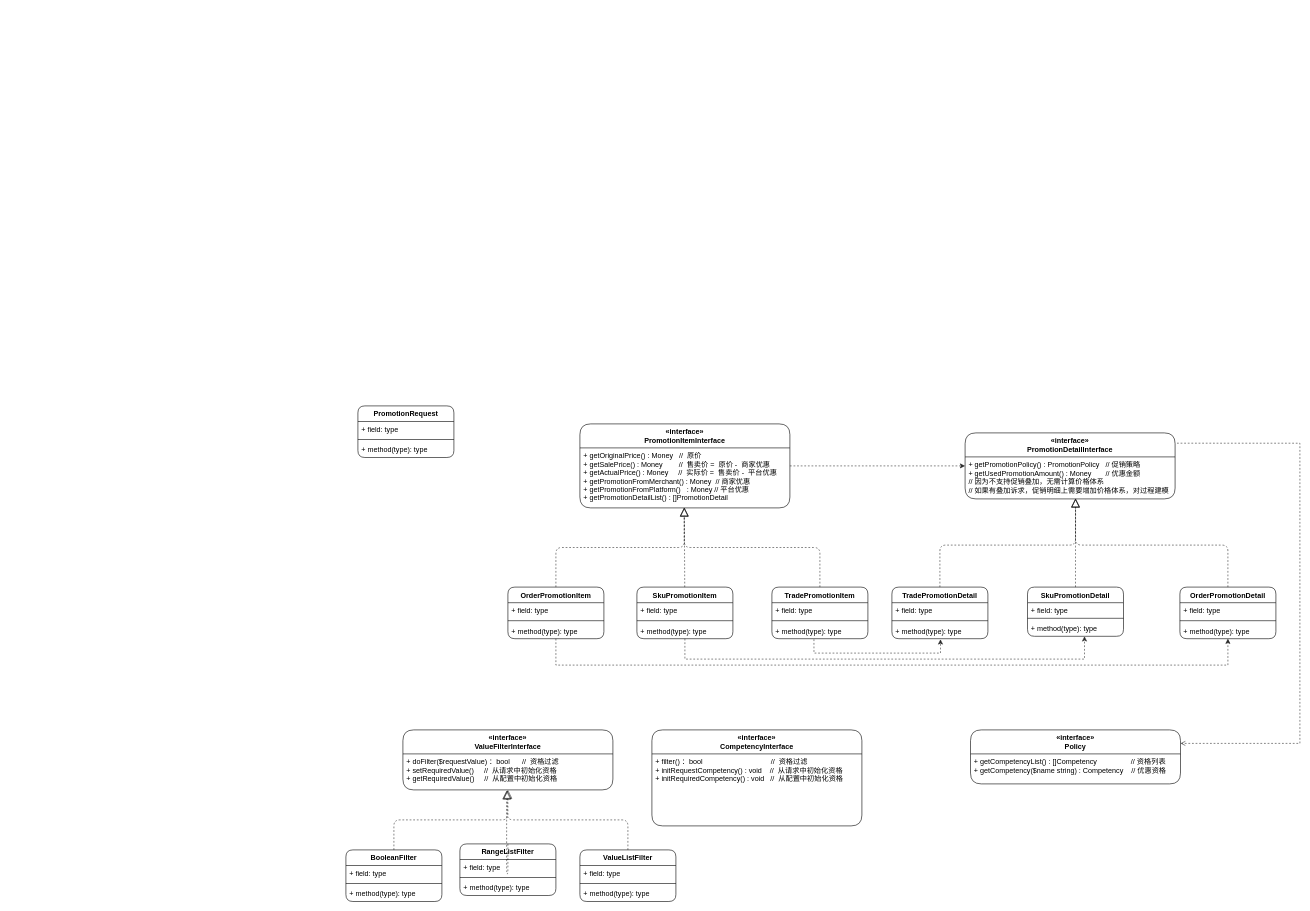
Earlier version of the draw.io diagram page "促销中心uml" (15 of 16) of 业务系统架构.drawio (NonePro/UML). Source tidied: cells renumbered, new cells numbered last; positions are measured from the earlier drawing's top-left corner, leaving out a move shared by most shapes. Both pictures are drawn from the tidied source at 60%, with x=0, y=0 at pixel (346, 406).
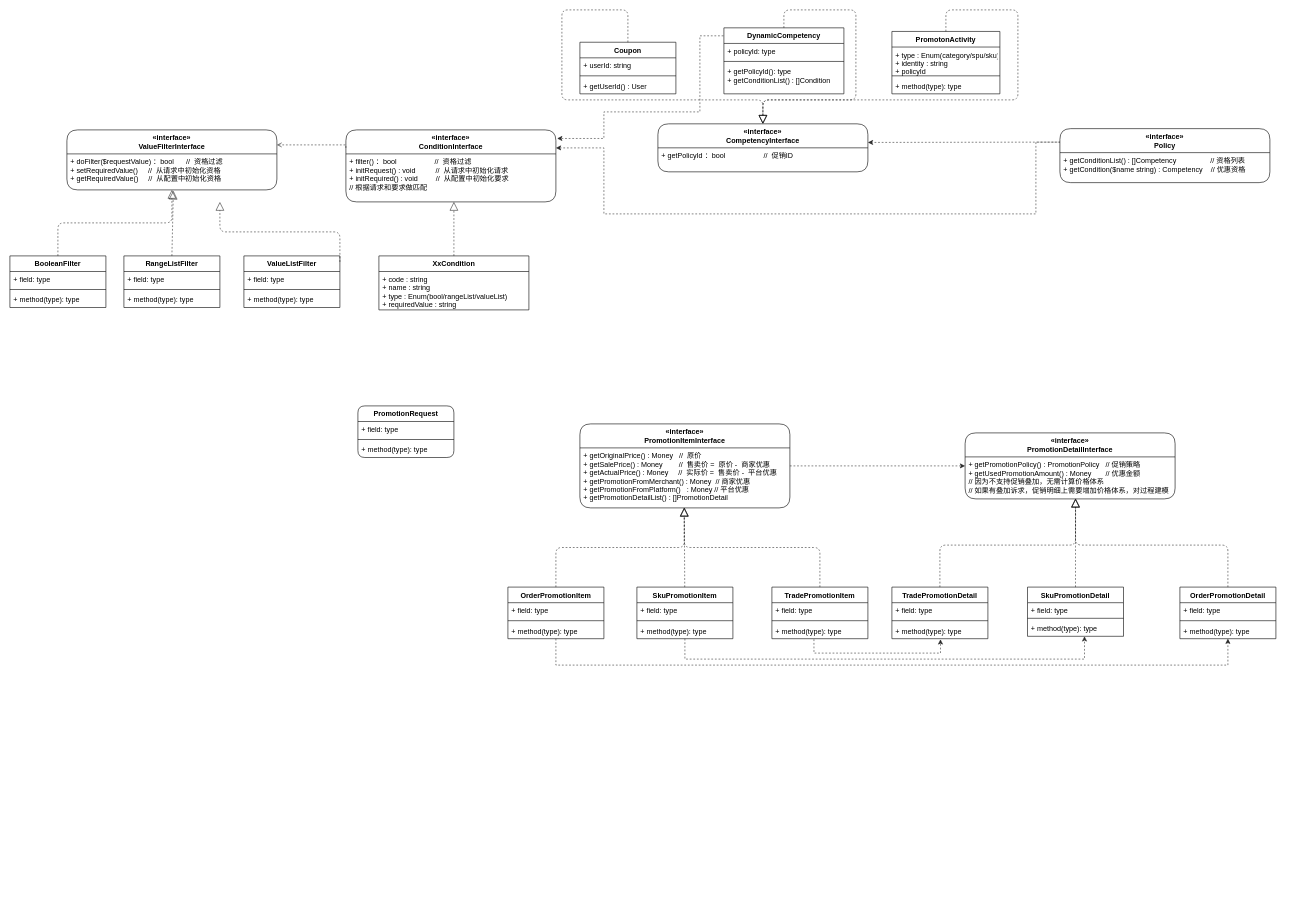
After the change.

Commit message (it also covers changes not shown here):
Update 业务系统架构.drawio

The change refers to these unchanged cells:
```xml
<mxCell id="39" value="«interface»&#10;PromotionDetailInterface" style="swimlane;fontStyle=1;align=center;verticalAlign=top;horizontal=1;startSize=40;rounded=1;shadow=0;strokeColor=#000000;fillColor=none;" parent="1" vertex="1">
  <mxGeometry x="1032" y="45" width="350" height="110" as="geometry" />
</mxCell>
```

What changed in the source:
```diff
@@
-    <mxCell id="16" value="SkuPromotionItem" style="swimlane;fontStyle=1;align=center;verticalAlign=top;horizontal=1;startSize=26;rounded=1;shadow=0;strokeColor=#000000;fillColor=none;" parent="1" vertex="1">
+    <mxCell id="16" value="SkuPromotionItem" style="swimlane;fontStyle=1;align=center;verticalAlign=top;horizontal=1;startSize=26;rounded=0;shadow=0;strokeColor=#000000;fillColor=none;" parent="1" vertex="1">
       <mxGeometry x="485" y="302" width="160" height="86" as="geometry" />
     </mxCell>
@@
-    <mxCell id="22" value="OrderPromotionItem" style="swimlane;fontStyle=1;align=center;verticalAlign=top;horizontal=1;startSize=26;rounded=1;shadow=0;strokeColor=#000000;fillColor=none;" parent="1" vertex="1">
+    <mxCell id="22" value="OrderPromotionItem" style="swimlane;fontStyle=1;align=center;verticalAlign=top;horizontal=1;startSize=26;rounded=0;shadow=0;strokeColor=#000000;fillColor=none;" parent="1" vertex="1">
       <mxGeometry x="270" y="302" width="160" height="86" as="geometry" />
     </mxCell>
@@
-    <mxCell id="26" value="TradePromotionItem" style="swimlane;fontStyle=1;align=center;verticalAlign=top;horizontal=1;startSize=26;rounded=1;shadow=0;strokeColor=#000000;fillColor=none;" parent="1" vertex="1">
+    <mxCell id="26" value="TradePromotionItem" style="swimlane;fontStyle=1;align=center;verticalAlign=top;horizontal=1;startSize=26;rounded=0;shadow=0;strokeColor=#000000;fillColor=none;" parent="1" vertex="1">
       <mxGeometry x="710" y="302" width="160" height="86" as="geometry" />
     </mxCell>
@@
-    <mxCell id="30" value="TradePromotionDetail" style="swimlane;fontStyle=1;align=center;verticalAlign=top;horizontal=1;startSize=26;rounded=1;shadow=0;strokeColor=#000000;fillColor=none;" parent="1" vertex="1">
+    <mxCell id="30" value="TradePromotionDetail" style="swimlane;fontStyle=1;align=center;verticalAlign=top;horizontal=1;startSize=26;rounded=0;shadow=0;strokeColor=#000000;fillColor=none;" parent="1" vertex="1">
       <mxGeometry x="910" y="302" width="160" height="86" as="geometry" />
     </mxCell>
@@
-    <mxCell id="34" value="OrderPromotionDetail" style="swimlane;fontStyle=1;align=center;verticalAlign=top;horizontal=1;startSize=26;rounded=1;shadow=0;strokeColor=#000000;fillColor=none;" parent="1" vertex="1">
+    <mxCell id="34" value="OrderPromotionDetail" style="swimlane;fontStyle=1;align=center;verticalAlign=top;horizontal=1;startSize=26;rounded=0;shadow=0;strokeColor=#000000;fillColor=none;" parent="1" vertex="1">
       <mxGeometry x="1390" y="302" width="160" height="86" as="geometry" />
     </mxCell>
@@
-    <mxCell id="38" style="edgeStyle=orthogonalEdgeStyle;rounded=0;jettySize=auto;html=1;entryX=1;entryY=0.25;entryDx=0;entryDy=0;dashed=1;endArrow=open;endFill=0;strokeColor=#000000;strokeWidth=1;opacity=80;exitX=1.009;exitY=0.156;exitDx=0;exitDy=0;exitPerimeter=0;" parent="1" edge="1" source="39" target="45">
-      <mxGeometry relative="1" as="geometry">
-        <Array as="points">
-          <mxPoint x="1590" y="62" />
-          <mxPoint x="1590" y="562" />
-        </Array>
-      </mxGeometry>
-    </mxCell>
@@
-    <mxCell id="41" value="SkuPromotionDetail" style="swimlane;fontStyle=1;align=center;verticalAlign=top;horizontal=1;startSize=26;rounded=1;shadow=0;strokeColor=#000000;fillColor=none;" parent="1" vertex="1">
+    <mxCell id="41" value="SkuPromotionDetail" style="swimlane;fontStyle=1;align=center;verticalAlign=top;horizontal=1;startSize=26;rounded=0;shadow=0;strokeColor=#000000;fillColor=none;" parent="1" vertex="1">
       <mxGeometry x="1136" y="302" width="160" height="82" as="geometry" />
     </mxCell>
@@
+    <mxCell id="66" style="edgeStyle=orthogonalEdgeStyle;rounded=0;jettySize=auto;html=1;entryX=1;entryY=0.25;entryDx=0;entryDy=0;dashed=1;endArrow=open;endFill=0;strokeColor=#000000;strokeWidth=1;opacity=80;exitX=0;exitY=0.25;exitDx=0;exitDy=0;" parent="1" edge="1" source="47" target="60">
+      <mxGeometry relative="1" as="geometry">
+        <Array as="points">
+          <mxPoint y="-435" />
+        </Array>
+      </mxGeometry>
+    </mxCell>
+    <mxCell id="53" style="endArrow=block;dashed=1;endFill=0;endSize=12;html=1;strokeColor=#000000;strokeWidth=1;opacity=80;exitX=0.5;exitY=0;exitDx=0;exitDy=0;entryX=0.5;entryY=1;entryDx=0;entryDy=0;entryPerimeter=0;edgeStyle=orthogonalEdgeStyle;" parent="1" edge="1" source="49" target="61">
+      <mxGeometry relative="1" as="geometry" />
+    </mxCell>
+    <mxCell id="58" style="endArrow=block;dashed=1;endFill=0;endSize=12;html=1;strokeColor=#000000;strokeWidth=1;opacity=80;exitX=0.5;exitY=0;exitDx=0;exitDy=0;entryX=0.507;entryY=1.023;entryDx=0;entryDy=0;entryPerimeter=0;" parent="1" edge="1" source="62" target="61">
+      <mxGeometry relative="1" as="geometry" />
+    </mxCell>
+    <mxCell id="59" style="endArrow=block;dashed=1;endFill=0;endSize=12;html=1;strokeColor=#000000;strokeWidth=1;opacity=80;exitX=0.5;exitY=0;exitDx=0;exitDy=0;edgeStyle=orthogonalEdgeStyle;entryX=0.5;entryY=1;entryDx=0;entryDy=0;" parent="1" edge="1" source="88">
+      <mxGeometry relative="1" as="geometry">
+        <mxPoint x="180" y="-340" as="targetPoint" />
+        <Array as="points">
+          <mxPoint x="180" y="-260" />
+        </Array>
+      </mxGeometry>
+    </mxCell>
+    <mxCell id="67" style="endArrow=block;dashed=1;endFill=0;endSize=12;html=1;strokeColor=#000000;strokeWidth=1;opacity=80;entryX=0.5;entryY=0;entryDx=0;entryDy=0;exitX=0.5;exitY=0;exitDx=0;exitDy=0;edgeStyle=orthogonalEdgeStyle;" parent="1" edge="1" source="79" target="77">
+      <mxGeometry relative="1" as="geometry">
+        <Array as="points">
+          <mxPoint x="1000" y="-660" />
+          <mxPoint x="1120" y="-660" />
+          <mxPoint x="1120" y="-510" />
+          <mxPoint x="695" y="-510" />
+        </Array>
+      </mxGeometry>
+    </mxCell>
+    <mxCell id="68" style="endArrow=block;dashed=1;endFill=0;endSize=12;html=1;strokeColor=#000000;strokeWidth=1;opacity=80;exitX=0.5;exitY=0;exitDx=0;exitDy=0;entryX=0.5;entryY=0;entryDx=0;entryDy=0;edgeStyle=orthogonalEdgeStyle;" parent="1" edge="1" source="83" target="77">
+      <mxGeometry relative="1" as="geometry">
+        <Array as="points">
+          <mxPoint x="470" y="-660" />
+          <mxPoint x="360" y="-660" />
+          <mxPoint x="360" y="-510" />
+          <mxPoint x="695" y="-510" />
+        </Array>
+      </mxGeometry>
+    </mxCell>
+    <mxCell id="69" style="endArrow=block;dashed=1;endFill=0;endSize=12;html=1;strokeColor=#000000;strokeWidth=1;opacity=80;exitX=0.5;exitY=0;exitDx=0;exitDy=0;entryX=0.5;entryY=0;entryDx=0;entryDy=0;edgeStyle=orthogonalEdgeStyle;" parent="1" edge="1" source="73" target="77">
+      <mxGeometry relative="1" as="geometry">
+        <Array as="points">
+          <mxPoint x="730" y="-660" />
+          <mxPoint x="850" y="-660" />
+          <mxPoint x="850" y="-510" />
+          <mxPoint x="695" y="-510" />
+        </Array>
+      </mxGeometry>
+    </mxCell>
+    <mxCell id="70" style="edgeStyle=orthogonalEdgeStyle;rounded=0;jettySize=auto;html=1;entryX=0;entryY=0.25;entryDx=0;entryDy=0;dashed=1;endArrow=none;endFill=0;strokeColor=#000000;strokeWidth=1;opacity=80;exitX=1;exitY=0.25;exitDx=0;exitDy=0;startArrow=classic;startFill=1;" parent="1" edge="1" source="47" target="45">
+      <mxGeometry relative="1" as="geometry">
+        <Array as="points">
+          <mxPoint x="430" y="-430" />
+          <mxPoint x="430" y="-320" />
+          <mxPoint x="1150" y="-320" />
+          <mxPoint x="1150" y="-440" />
+        </Array>
+      </mxGeometry>
+    </mxCell>
+    <mxCell id="71" style="edgeStyle=orthogonalEdgeStyle;rounded=0;jettySize=auto;html=1;entryX=1;entryY=0.25;entryDx=0;entryDy=0;dashed=1;startArrow=none;startFill=0;endArrow=classic;endFill=1;strokeColor=#000000;strokeWidth=1;opacity=80;exitX=0;exitY=0.25;exitDx=0;exitDy=0;" parent="1" edge="1" source="45">
+      <mxGeometry relative="1" as="geometry">
+        <mxPoint x="870" y="-439.1" as="targetPoint" />
+        <Array as="points">
+          <mxPoint x="1150" y="-439" />
+        </Array>
+      </mxGeometry>
+    </mxCell>
+    <mxCell id="72" style="edgeStyle=orthogonalEdgeStyle;rounded=0;jettySize=auto;html=1;entryX=1.006;entryY=0.119;entryDx=0;entryDy=0;dashed=1;startArrow=none;startFill=0;endArrow=classic;endFill=1;strokeColor=#000000;strokeWidth=1;opacity=80;exitX=-0.004;exitY=0.121;exitDx=0;exitDy=0;exitPerimeter=0;entryPerimeter=0;" parent="1" edge="1" source="73" target="47">
+      <mxGeometry relative="1" as="geometry">
+        <Array as="points">
+          <mxPoint x="590" y="-617" />
+          <mxPoint x="590" y="-490" />
+          <mxPoint x="430" y="-490" />
+          <mxPoint x="430" y="-446" />
+        </Array>
+      </mxGeometry>
+    </mxCell>
+    <mxCell id="73" value="DynamicCompetency" style="swimlane;fontStyle=1;align=center;verticalAlign=top;horizontal=1;startSize=26;rounded=0;shadow=0;strokeColor=#000000;fillColor=none;" parent="1" vertex="1">
+      <mxGeometry x="630" y="-630.1" width="200" height="110" as="geometry" />
+    </mxCell>
+    <mxCell id="74" value="+ policyId: type" style="text;strokeColor=none;fillColor=none;align=left;verticalAlign=top;spacingLeft=4;spacingRight=4;overflow=hidden;" parent="73" vertex="1">
+      <mxGeometry y="26" width="200" height="26" as="geometry" />
+    </mxCell>
+    <mxCell id="75" style="line;strokeWidth=1;fillColor=none;align=left;verticalAlign=middle;spacingTop=-1;spacingLeft=3;spacingRight=3;labelPosition=right;" parent="73" vertex="1">
+      <mxGeometry y="52" width="200" height="8" as="geometry" />
+    </mxCell>
+    <mxCell id="76" value="+ getPolicyId(): type&#10;+ getConditionList() : []Condition" style="text;strokeColor=none;fillColor=none;align=left;verticalAlign=top;spacingLeft=4;spacingRight=4;overflow=hidden;" parent="73" vertex="1">
+      <mxGeometry y="60" width="200" height="50" as="geometry" />
+    </mxCell>
+    <mxCell id="77" value="«interface»&#10;CompetencyInterface" style="swimlane;fontStyle=1;align=center;verticalAlign=top;horizontal=1;startSize=40;rounded=1;shadow=0;strokeColor=#000000;fillColor=none;" parent="1" vertex="1">
+      <mxGeometry x="520" y="-470.1" width="350" height="80" as="geometry" />
+    </mxCell>
+    <mxCell id="78" value="+ getPolicyId ：bool                   //  促销ID &#10;" style="text;strokeColor=none;fillColor=none;align=left;verticalAlign=top;spacingLeft=4;spacingRight=4;overflow=hidden;" parent="77" vertex="1">
+      <mxGeometry y="40" width="350" height="40" as="geometry" />
+    </mxCell>
     <mxCell id="45" value="«interface»&#10;Policy" style="swimlane;fontStyle=1;align=center;verticalAlign=top;horizontal=1;startSize=40;rounded=1;shadow=0;strokeColor=#000000;fillColor=none;" parent="1" vertex="1">
-      <mxGeometry x="1041" y="540" width="350" height="90" as="geometry" />
+      <mxGeometry x="1190" y="-462.1" width="350" height="90" as="geometry" />
     </mxCell>
-    <mxCell id="46" value="+ getCompetencyList() : []Competency                 // 资格列表 &#10;+ getCompetency($name string) : Competency    // 优惠资格&#10;" style="text;strokeColor=none;fillColor=none;align=left;verticalAlign=top;spacingLeft=4;spacingRight=4;overflow=hidden;" parent="45" vertex="1">
+    <mxCell id="46" value="+ getConditionList() : []Competency                 // 资格列表 &#10;+ getCondition($name string) : Competency    // 优惠资格&#10;" style="text;strokeColor=none;fillColor=none;align=left;verticalAlign=top;spacingLeft=4;spacingRight=4;overflow=hidden;" parent="45" vertex="1">
       <mxGeometry y="40" width="350" height="50" as="geometry" />
     </mxCell>
-    <mxCell id="47" value="«interface»&#10;CompetencyInterface" style="swimlane;fontStyle=1;align=center;verticalAlign=top;horizontal=1;startSize=40;rounded=1;shadow=0;strokeColor=#000000;fillColor=none;" parent="1" vertex="1">
-      <mxGeometry x="510" y="540" width="350" height="160" as="geometry" />
-    </mxCell>
-    <mxCell id="48" value="+ filter() ：bool                                  //  资格过滤 &#10;+ initRequestCompetency() : void    //  从请求中初始化资格&#10;+ initRequiredCompetency() : void   //  从配置中初始化资格" style="text;strokeColor=none;fillColor=none;align=left;verticalAlign=top;spacingLeft=4;spacingRight=4;overflow=hidden;" parent="47" vertex="1">
-      <mxGeometry y="40" width="350" height="120" as="geometry" />
-    </mxCell>
-    <mxCell id="49" value="BooleanFilter" style="swimlane;fontStyle=1;align=center;verticalAlign=top;horizontal=1;startSize=26;rounded=1;shadow=0;strokeColor=#000000;fillColor=none;" parent="1" vertex="1">
-      <mxGeometry y="740" width="160" height="86" as="geometry" />
+    <mxCell id="49" value="BooleanFilter" style="swimlane;fontStyle=1;align=center;verticalAlign=top;horizontal=1;startSize=26;rounded=0;shadow=0;strokeColor=#000000;fillColor=none;" parent="1" vertex="1">
+      <mxGeometry x="-560" y="-250" width="160" height="86" as="geometry" />
     </mxCell>
@@
-    <mxCell id="53" style="endArrow=block;dashed=1;endFill=0;endSize=12;html=1;strokeColor=#000000;strokeWidth=1;opacity=80;exitX=0.5;exitY=0;exitDx=0;exitDy=0;entryX=0.5;entryY=1;entryDx=0;entryDy=0;entryPerimeter=0;edgeStyle=orthogonalEdgeStyle;" parent="1" edge="1" source="49" target="61">
-      <mxGeometry relative="1" as="geometry" />
-    </mxCell>
-    <mxCell id="54" value="ValueListFilter" style="swimlane;fontStyle=1;align=center;verticalAlign=top;horizontal=1;startSize=26;rounded=1;shadow=0;strokeColor=#000000;fillColor=none;" parent="1" vertex="1">
-      <mxGeometry x="390" y="740" width="160" height="86" as="geometry" />
+    <mxCell id="54" value="ValueListFilter" style="swimlane;fontStyle=1;align=center;verticalAlign=top;horizontal=1;startSize=26;rounded=0;shadow=0;strokeColor=#000000;fillColor=none;" parent="1" vertex="1">
+      <mxGeometry x="-170" y="-250" width="160" height="86" as="geometry" />
     </mxCell>
@@
-    <mxCell id="58" style="endArrow=block;dashed=1;endFill=0;endSize=12;html=1;strokeColor=#000000;strokeWidth=1;opacity=80;entryX=0.494;entryY=1.02;entryDx=0;entryDy=0;entryPerimeter=0;exitX=0.5;exitY=0;exitDx=0;exitDy=0;edgeStyle=orthogonalEdgeStyle;" parent="1" edge="1" source="62" target="61">
-      <mxGeometry relative="1" as="geometry">
-        <Array as="points">
-          <mxPoint x="268" y="780" />
-        </Array>
-      </mxGeometry>
-    </mxCell>
-    <mxCell id="59" style="endArrow=block;dashed=1;endFill=0;endSize=12;html=1;strokeColor=#000000;strokeWidth=1;opacity=80;exitX=0.5;exitY=0;exitDx=0;exitDy=0;edgeStyle=orthogonalEdgeStyle;" parent="1" edge="1" source="54">
-      <mxGeometry relative="1" as="geometry">
-        <mxPoint x="269" y="641" as="targetPoint" />
-        <Array as="points">
-          <mxPoint x="470" y="690" />
-          <mxPoint x="269" y="690" />
-        </Array>
-      </mxGeometry>
-    </mxCell>
-    <mxCell id="60" value="«interface»&#10;ValueFilterInterface" style="swimlane;fontStyle=1;align=center;verticalAlign=top;horizontal=1;startSize=40;rounded=1;shadow=0;strokeColor=#000000;fillColor=none;" parent="1" vertex="1">
-      <mxGeometry x="95" y="540" width="350" height="100" as="geometry" />
-    </mxCell>
-    <mxCell id="61" value="+ doFilter($requestValue) ：bool      //  资格过滤 &#10;+ setRequiredValue()     //  从请求中初始化资格&#10;+ getRequiredValue()     //  从配置中初始化资格" style="text;strokeColor=none;fillColor=none;align=left;verticalAlign=top;spacingLeft=4;spacingRight=4;overflow=hidden;points=[[0,0.5],[1,0.5]];portConstraint=eastwest;" parent="60" vertex="1">
-      <mxGeometry y="40" width="350" height="60" as="geometry" />
-    </mxCell>
-    <mxCell id="62" value="RangeListFilter" style="swimlane;fontStyle=1;align=center;verticalAlign=top;horizontal=1;startSize=26;rounded=1;shadow=0;strokeColor=#000000;fillColor=none;" parent="1" vertex="1">
-      <mxGeometry x="190" y="730" width="160" height="86" as="geometry" />
+    <mxCell id="62" value="RangeListFilter" style="swimlane;fontStyle=1;align=center;verticalAlign=top;horizontal=1;startSize=26;rounded=0;shadow=0;strokeColor=#000000;fillColor=none;" parent="1" vertex="1">
+      <mxGeometry x="-370" y="-250" width="160" height="86" as="geometry" />
     </mxCell>
@@
+    <mxCell id="60" value="«interface»&#10;ValueFilterInterface" style="swimlane;fontStyle=1;align=center;verticalAlign=top;horizontal=1;startSize=40;rounded=1;shadow=0;strokeColor=#000000;fillColor=none;" parent="1" vertex="1">
+      <mxGeometry x="-465" y="-460" width="350" height="100" as="geometry" />
+    </mxCell>
+    <mxCell id="61" value="+ doFilter($requestValue) ：bool      //  资格过滤 &#10;+ setRequiredValue()     //  从请求中初始化资格&#10;+ getRequiredValue()     //  从配置中初始化资格" style="text;strokeColor=none;fillColor=none;align=left;verticalAlign=top;spacingLeft=4;spacingRight=4;overflow=hidden;points=[[0,0.5],[1,0.5]];portConstraint=eastwest;" parent="60" vertex="1">
+      <mxGeometry y="40" width="350" height="60" as="geometry" />
+    </mxCell>
+    <mxCell id="79" value="PromotonActivity" style="swimlane;fontStyle=1;align=center;verticalAlign=top;horizontal=1;startSize=26;rounded=0;shadow=0;strokeColor=#000000;fillColor=none;" parent="1" vertex="1">
+      <mxGeometry x="910" y="-624.1" width="180" height="104" as="geometry" />
+    </mxCell>
+    <mxCell id="80" value="+ type : Enum(category/spu/sku)&#10;+ identity : string&#10;+ policyId" style="text;strokeColor=none;fillColor=none;align=left;verticalAlign=top;spacingLeft=4;spacingRight=4;overflow=hidden;" parent="79" vertex="1">
+      <mxGeometry y="26" width="180" height="44" as="geometry" />
+    </mxCell>
+    <mxCell id="81" style="line;strokeWidth=1;fillColor=none;align=left;verticalAlign=middle;spacingTop=-1;spacingLeft=3;spacingRight=3;labelPosition=right;" parent="79" vertex="1">
+      <mxGeometry y="70" width="180" height="8" as="geometry" />
+    </mxCell>
+    <mxCell id="82" value="+ method(type): type" style="text;strokeColor=none;fillColor=none;align=left;verticalAlign=top;spacingLeft=4;spacingRight=4;overflow=hidden;" parent="79" vertex="1">
+      <mxGeometry y="78" width="180" height="26" as="geometry" />
+    </mxCell>
+    <mxCell id="83" value="Coupon" style="swimlane;fontStyle=1;align=center;verticalAlign=top;horizontal=1;startSize=26;rounded=0;shadow=0;strokeColor=#000000;fillColor=none;" parent="1" vertex="1">
+      <mxGeometry x="390" y="-606.1" width="160" height="86" as="geometry" />
+    </mxCell>
+    <mxCell id="84" value="+ userId: string" style="text;strokeColor=none;fillColor=none;align=left;verticalAlign=top;spacingLeft=4;spacingRight=4;overflow=hidden;" parent="83" vertex="1">
+      <mxGeometry y="26" width="160" height="26" as="geometry" />
+    </mxCell>
+    <mxCell id="85" style="line;strokeWidth=1;fillColor=none;align=left;verticalAlign=middle;spacingTop=-1;spacingLeft=3;spacingRight=3;labelPosition=right;" parent="83" vertex="1">
+      <mxGeometry y="52" width="160" height="8" as="geometry" />
+    </mxCell>
+    <mxCell id="86" value="+ getUserId() : User" style="text;strokeColor=none;fillColor=none;align=left;verticalAlign=top;spacingLeft=4;spacingRight=4;overflow=hidden;" parent="83" vertex="1">
+      <mxGeometry y="60" width="160" height="26" as="geometry" />
+    </mxCell>
+    <mxCell id="47" value="«interface»&#10;ConditionInterface" style="swimlane;fontStyle=1;align=center;verticalAlign=top;horizontal=1;startSize=40;rounded=1;shadow=0;strokeColor=#000000;fillColor=none;" parent="1" vertex="1">
+      <mxGeometry y="-460" width="350" height="120" as="geometry" />
+    </mxCell>
+    <mxCell id="48" value="+ filter() ：bool                   //  资格过滤 &#10;+ initRequest() : void          //  从请求中初始化请求&#10;+ initRequired() : void         //  从配置中初始化要求&#10;// 根据请求和要求做匹配" style="text;strokeColor=none;fillColor=none;align=left;verticalAlign=top;spacingLeft=4;spacingRight=4;overflow=hidden;" parent="47" vertex="1">
+      <mxGeometry y="40" width="350" height="80" as="geometry" />
+    </mxCell>
+    <mxCell id="87" style="endArrow=block;dashed=1;endFill=0;endSize=12;html=1;strokeColor=#000000;strokeWidth=1;opacity=80;exitX=0.5;exitY=0;exitDx=0;exitDy=0;edgeStyle=orthogonalEdgeStyle;entryX=0.5;entryY=1;entryDx=0;entryDy=0;" parent="1" edge="1">
+      <mxGeometry relative="1" as="geometry">
+        <mxPoint x="-10" y="-240" as="sourcePoint" />
+        <mxPoint x="-210" y="-340" as="targetPoint" />
+        <Array as="points">
+          <mxPoint x="-10" y="-290" />
+          <mxPoint x="-210" y="-290" />
+        </Array>
+      </mxGeometry>
+    </mxCell>
+    <mxCell id="88" value="XxCondition" style="swimlane;fontStyle=1;align=center;verticalAlign=top;horizontal=1;startSize=26;rounded=0;shadow=0;strokeColor=#000000;fillColor=none;" parent="1" vertex="1">
+      <mxGeometry x="55" y="-250" width="250" height="90" as="geometry" />
+    </mxCell>
+    <mxCell id="89" value="+ code : string&#10;+ name : string&#10;+ type : Enum(bool/rangeList/valueList)&#10;+ requiredValue : string" style="text;strokeColor=none;fillColor=none;align=left;verticalAlign=top;spacingLeft=4;spacingRight=4;overflow=hidden;" parent="88" vertex="1">
+      <mxGeometry y="26" width="250" height="64" as="geometry" />
+    </mxCell>
```
